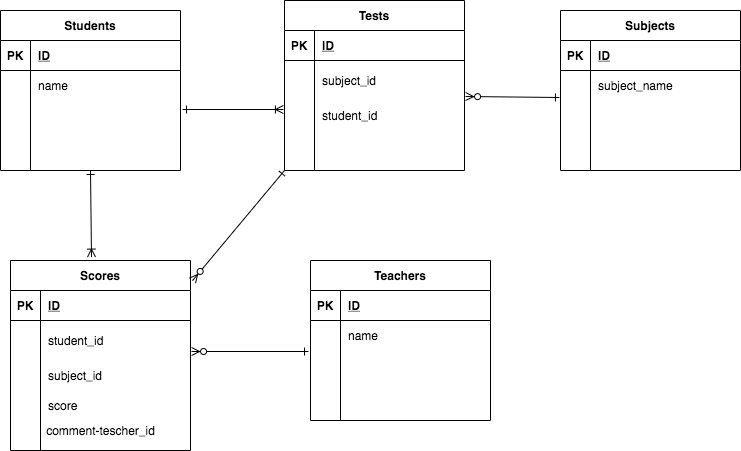
kadukimochida/20210724coachtech keeps this draw.io diagram as index.drawio.png. Above is the earlier version. Source tidied: cells renumbered, new cells last; positions are measured from the earlier drawing's top-left corner, leaving out a move shared by most shapes.
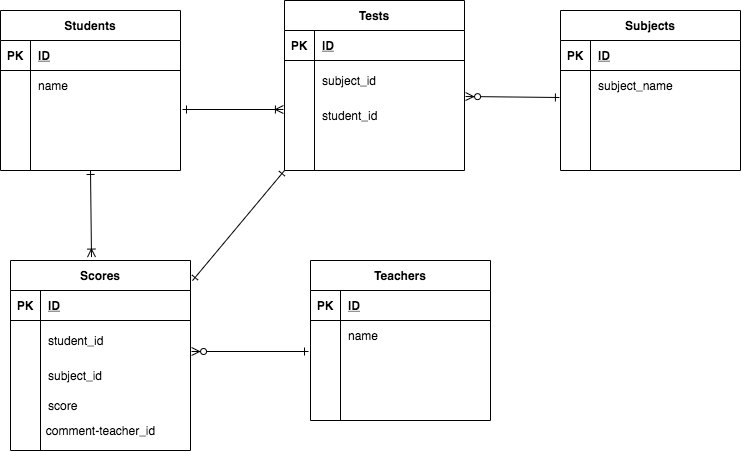
After the commit.

The edit, as a diff of the source:
```diff
@@ -208,7 +208,7 @@
     <mxCell id="69" style="fontSize=12;html=1;endArrow=ERoneToMany;endFill=0;exitX=0.5;exitY=1;exitDx=0;exitDy=0;entryX=0.45;entryY=-0.018;entryDx=0;entryDy=0;entryPerimeter=0;startArrow=ERone;startFill=0;" parent="1" edge="1" source="2" target="41">
       <mxGeometry relative="1" as="geometry" />
     </mxCell>
-    <mxCell id="70" style="fontSize=12;html=1;endArrow=ERzeroToMany;endFill=1;startArrow=ERone;startFill=0;exitX=0;exitY=1;exitDx=0;exitDy=0;entryX=1.011;entryY=0.106;entryDx=0;entryDy=0;entryPerimeter=0;" parent="1" edge="1" source="15" target="41">
+    <mxCell id="70" style="fontSize=12;html=1;endArrow=ERone;endFill=0;startArrow=ERone;startFill=0;exitX=0;exitY=1;exitDx=0;exitDy=0;entryX=1.011;entryY=0.106;entryDx=0;entryDy=0;entryPerimeter=0;" parent="1" edge="1" source="15" target="41">
       <mxGeometry relative="1" as="geometry" />
     </mxCell>
     <mxCell id="71" style="fontSize=12;html=1;endArrow=ERzeroToMany;endFill=1;entryX=1.006;entryY=0.775;entryDx=0;entryDy=0;entryPerimeter=0;startArrow=ERone;startFill=0;" parent="1" edge="1" target="45">
@@ -216,7 +216,7 @@
         <mxPoint x="308" y="351" as="sourcePoint" />
       </mxGeometry>
     </mxCell>
-    <mxCell id="72" value="comment-tescher_id" style="text;html=1;align=center;verticalAlign=middle;fillColor=none;strokeColor=none;rounded=0;" parent="1" vertex="1">
+    <mxCell id="72" value="comment-teacher_id" style="text;html=1;align=center;verticalAlign=middle;fillColor=none;strokeColor=none;rounded=0;" parent="1" vertex="1">
       <mxGeometry x="40" y="420" width="120" height="20" as="geometry" />
     </mxCell>
   </root>
```
